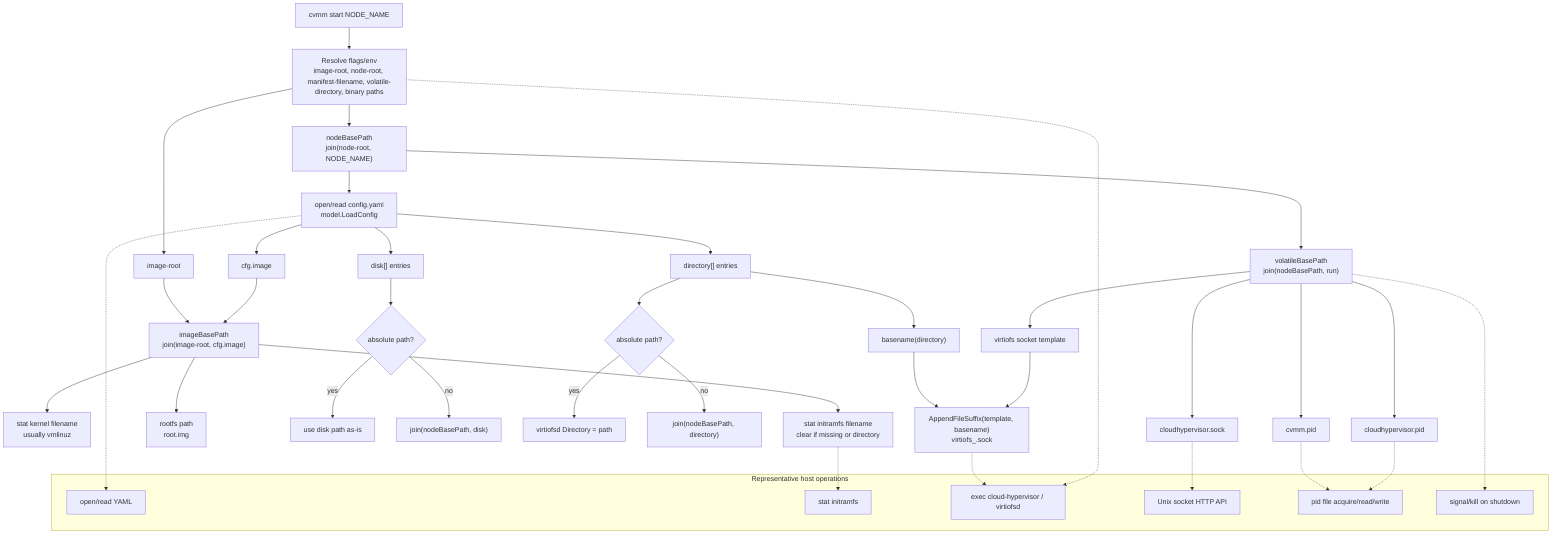
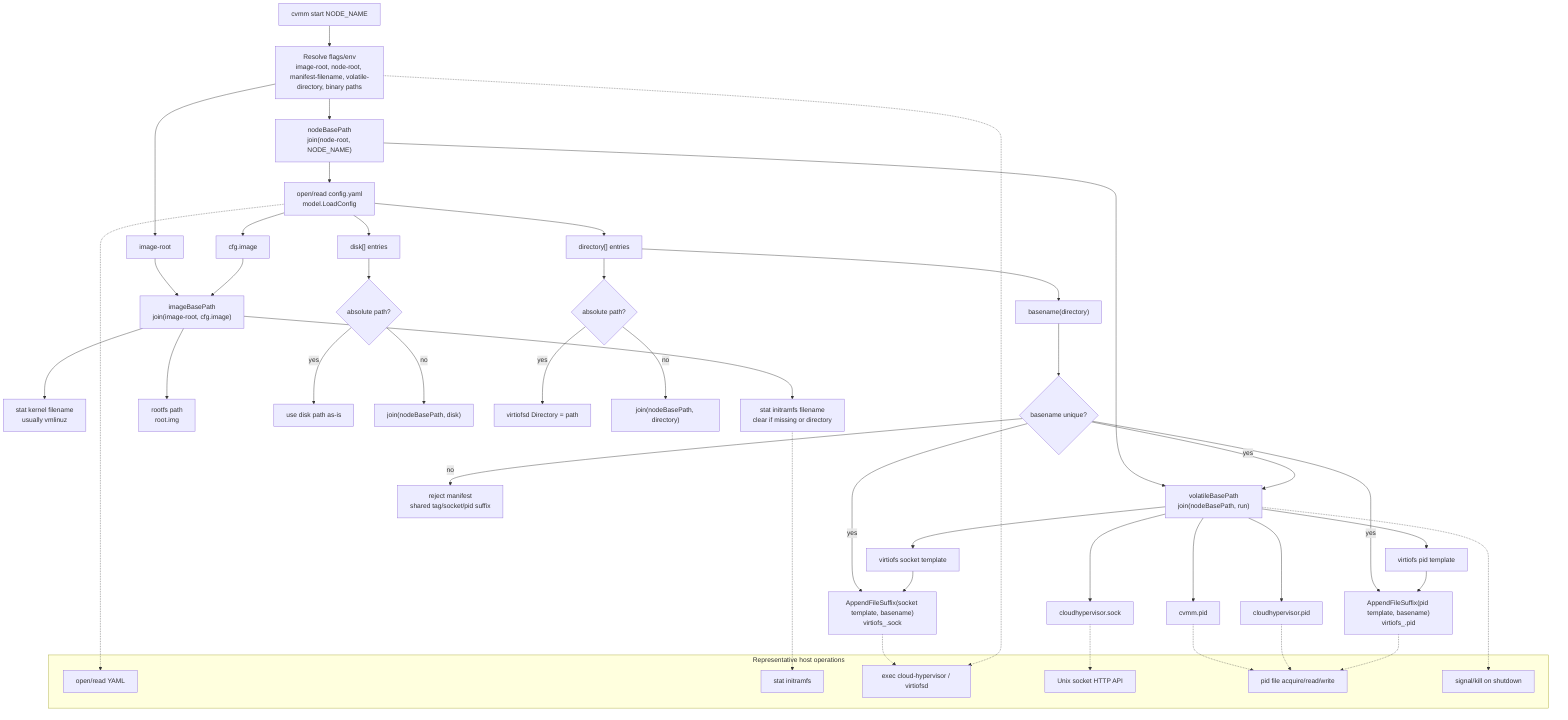
flowchart TD
    start["cvmm start NODE_NAME"] --> flags["Resolve flags/env\nimage-root, node-root, manifest-filename, volatile-directory, binary paths"]

    flags --> nodeBase["nodeBasePath\njoin(node-root, NODE_NAME)"]
    nodeBase --> manifest["open/read config.yaml\nmodel.LoadConfig"]
    nodeBase --> runDir["volatileBasePath\njoin(nodeBasePath, run)"]

    flags --> imageRoot["image-root"]
    manifest --> imageName["cfg.image"]
    imageRoot --> imageBase["imageBasePath\njoin(image-root, cfg.image)"]
    imageName --> imageBase

    imageBase --> statKernel["stat kernel filename\nusually vmlinuz"]
    imageBase --> statInitrd["stat initramfs filename\nclear if missing or directory"]
    imageBase --> rootfs["rootfs path\nroot.img"]

    manifest --> disks["disk[] entries"]
    disks --> diskRel{"absolute path?"}
    diskRel -- yes --> diskAbs["use disk path as-is"]
    diskRel -- no --> diskNode["join(nodeBasePath, disk)"]

    manifest --> shares["directory[] entries"]
    shares --> shareRel{"absolute path?"}
    shareRel -- yes --> shareAbs["virtiofsd Directory = path"]
    shareRel -- no --> shareNode["join(nodeBasePath, directory)"]
    shares --> basename["basename(directory)"]
+     basename --> basenameUnique{"basename unique?"}
+     basenameUnique -- no --> rejectShare["reject manifest\nshared tag/socket/pid suffix"]
+     basenameUnique -- yes --> runDir

    runDir --> pid["cvmm.pid"]
    runDir --> chPid["cloudhypervisor.pid"]
    runDir --> apiSock["cloudhypervisor.sock"]
    runDir --> vfsTemplate["virtiofs socket template"]
-     basename --> vfsSock["AppendFileSuffix(template, basename)\nvirtiofs_<name>.sock"]
+     runDir --> vfsPidTemplate["virtiofs pid template"]
+     basenameUnique -- yes --> vfsSock["AppendFileSuffix(socket template, basename)\nvirtiofs_<name>.sock"]
+     basenameUnique -- yes --> vfsPid["AppendFileSuffix(pid template, basename)\nvirtiofs_<name>.pid"]
    vfsTemplate --> vfsSock
+     vfsPidTemplate --> vfsPid

    subgraph syscalls["Representative host operations"]
        open["open/read YAML"]
        stat["stat initramfs"]
        exec["exec cloud-hypervisor / virtiofsd"]
        unixSock["Unix socket HTTP API"]
        pidfile["pid file acquire/read/write"]
        signal["signal/kill on shutdown"]
    end

    manifest -.-> open
    statInitrd -.-> stat
    apiSock -.-> unixSock
    pid -.-> pidfile
    chPid -.-> pidfile
    vfsSock -.-> exec
+     vfsPid -.-> pidfile
    flags -.-> exec
    runDir -.-> signal
